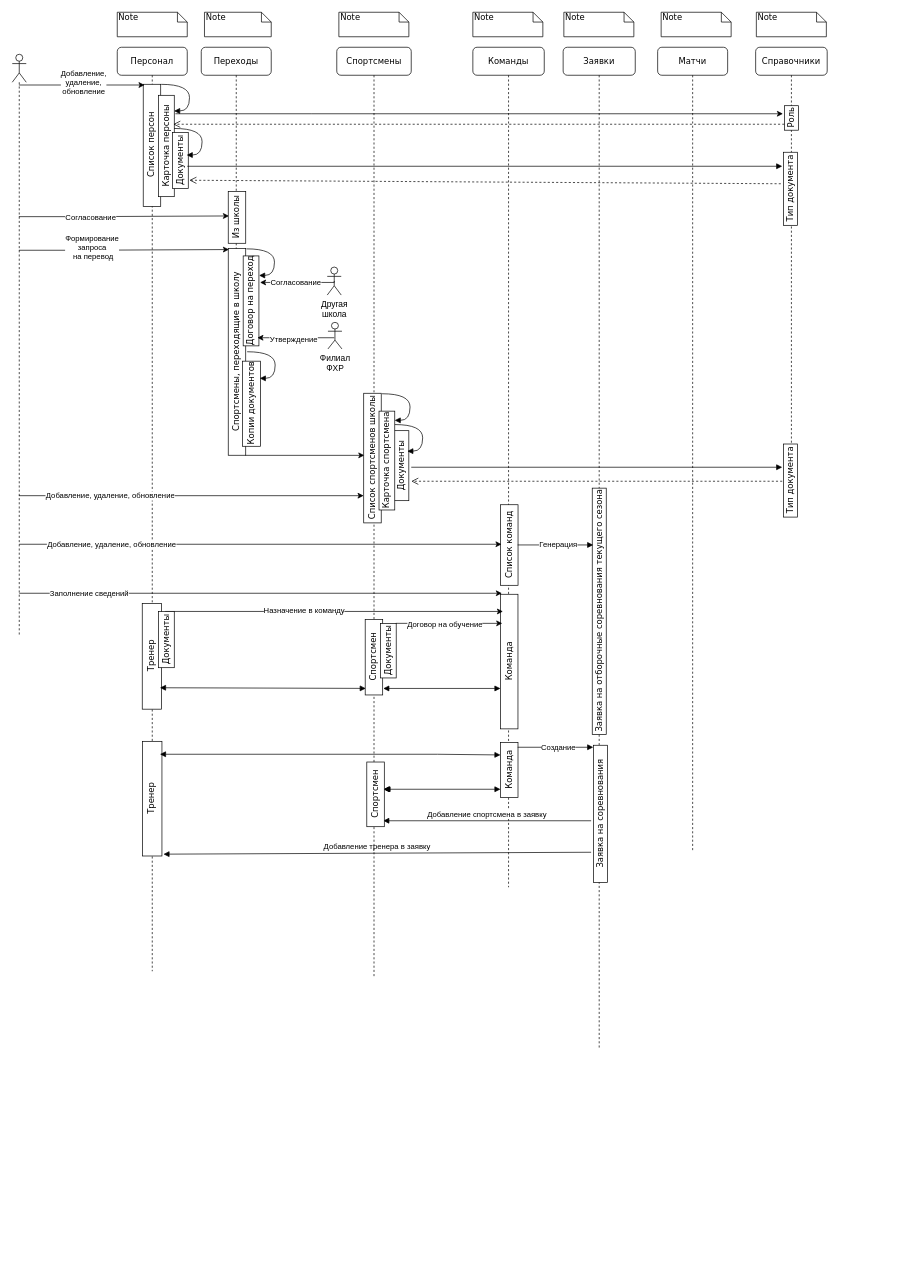
Before: Диаграмма без названия.drawio in OlgaTalipova/FHRT, a draw.io diagram. Source tidied: cells renumbered, new cells numbered last; positions are measured from the earlier drawing's top-left corner, leaving out a move shared by most shapes. Both pictures are drawn from the tidied source at 70%, with x=0, y=0 at pixel (12, 12).
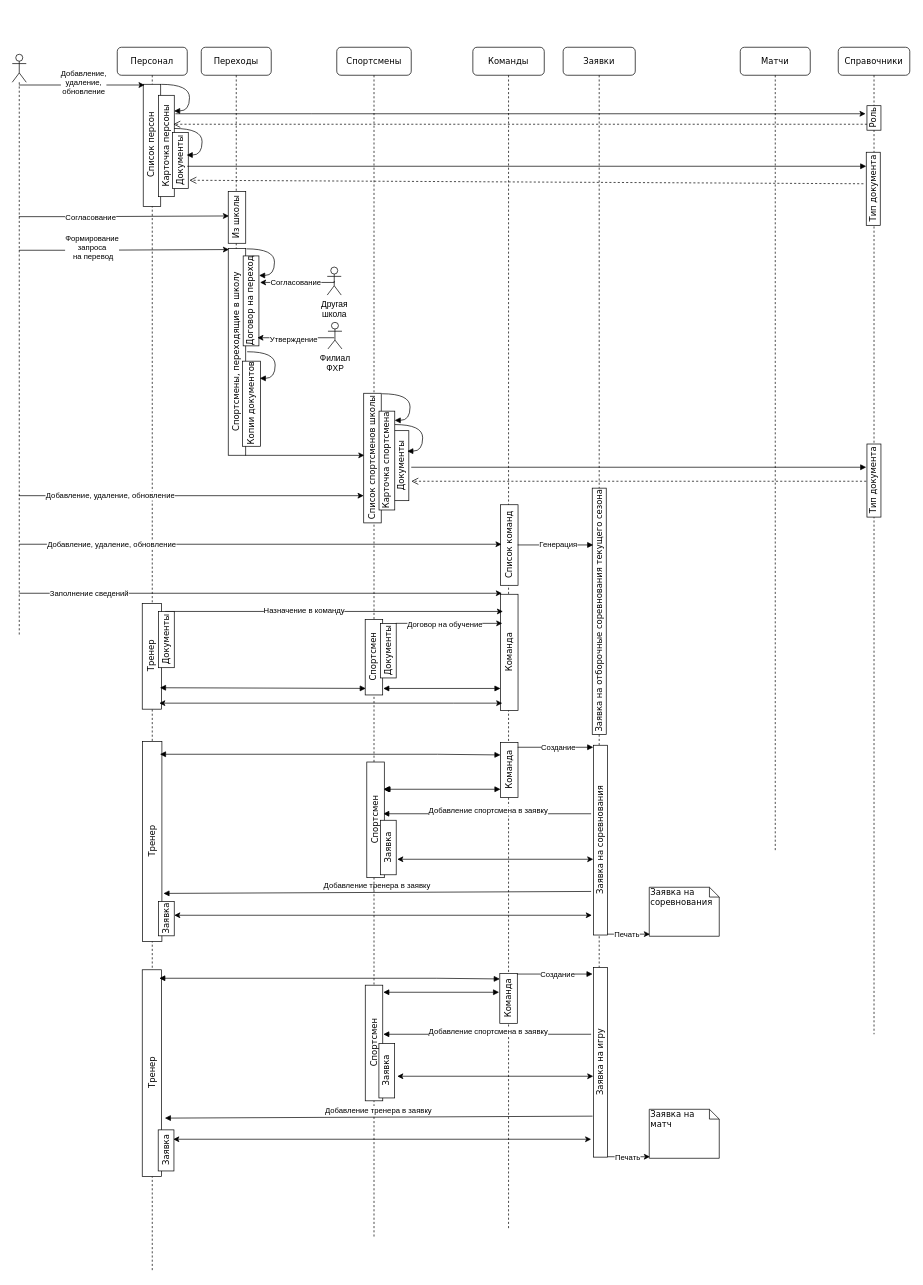
The same page after the edit.

Unchanged cells that the change refers to:
```xml
<mxCell id="15" value="&lt;div style=&quot;direction: ltr;&quot;&gt;&lt;span style=&quot;background-color: initial;&quot;&gt;Документы&lt;/span&gt;&lt;/div&gt;" style="html=1;points=[];perimeter=orthogonalPerimeter;rounded=0;shadow=0;comic=0;labelBackgroundColor=none;strokeWidth=1;fontFamily=Verdana;fontSize=12;align=center;direction=west;rotation=-90;" parent="12" vertex="1">
  <mxGeometry x="50.1" y="150.6" width="80.2" height="22.5" as="geometry" />
</mxCell>
```

What changed in the source:
```diff
@@
     <mxCell id="2" value="Команды" style="shape=umlLifeline;perimeter=lifelinePerimeter;whiteSpace=wrap;html=1;rounded=1;shadow=0;comic=0;labelBackgroundColor=none;strokeWidth=1;fontFamily=Verdana;fontSize=12;align=center;" parent="1" vertex="1">
-      <mxGeometry x="658" y="50" width="102" height="1200" as="geometry" />
+      <mxGeometry x="658" y="50" width="102" height="1690" as="geometry" />
     </mxCell>
     <mxCell id="3" value="Команда" style="html=1;perimeter=orthogonalPerimeter;rounded=0;shadow=0;comic=0;labelBackgroundColor=none;strokeWidth=1;fontFamily=Verdana;fontSize=12;align=center;direction=north;rotation=-90;" parent="2" vertex="1">
-      <mxGeometry x="-44.2" y="865.1" width="192.3" height="25" as="geometry" />
+      <mxGeometry x="-31" y="852" width="166.1" height="25" as="geometry" />
     </mxCell>
@@
-    <mxCell id="7" value="Добавление тренера в заявку" style="html=1;verticalAlign=bottom;endArrow=block;curved=0;rounded=0;entryX=0.016;entryY=1.077;entryDx=0;entryDy=0;entryPerimeter=0;" parent="2" edge="1" target="21">
+    <mxCell id="7" value="Добавление тренера в заявку" style="html=1;verticalAlign=bottom;endArrow=block;curved=0;rounded=0;entryX=0.016;entryY=1.077;entryDx=0;entryDy=0;entryPerimeter=0;" parent="2" edge="1">
       <mxGeometry relative="1" as="geometry">
-        <mxPoint x="169" y="1150" as="sourcePoint" />
+        <mxPoint x="169" y="1206" as="sourcePoint" />
+        <mxPoint x="-442" y="1208.8" as="targetPoint" />
       </mxGeometry>
     </mxCell>
+    <mxCell id="85" style="endArrow=classic;startArrow=classic;html=1;rounded=0;" parent="2" edge="1">
+      <mxGeometry relative="1" as="geometry">
+        <mxPoint x="-108" y="1160" as="sourcePoint" />
+        <mxPoint x="172" y="1160" as="targetPoint" />
+      </mxGeometry>
+    </mxCell>
+    <mxCell id="86" style="endArrow=classic;startArrow=classic;html=1;rounded=0;" parent="2" edge="1" source="89">
+      <mxGeometry relative="1" as="geometry">
+        <mxPoint x="170" y="1240" as="targetPoint" />
+      </mxGeometry>
+    </mxCell>
+    <mxCell id="87" value="Команда" style="html=1;perimeter=orthogonalPerimeter;rounded=0;shadow=0;comic=0;labelBackgroundColor=none;strokeWidth=1;fontFamily=Verdana;fontSize=12;align=center;direction=north;rotation=-90;" parent="2" vertex="1">
+      <mxGeometry x="15.5" y="1346.4" width="71" height="25" as="geometry" />
+    </mxCell>
+    <mxCell id="88" value="Создание" style="html=1;verticalAlign=bottom;endArrow=block;curved=0;rounded=0;" parent="2" edge="1">
+      <mxGeometry x="0.07" y="-9" relative="1" as="geometry">
+        <mxPoint x="63" y="1324" as="sourcePoint" />
+        <mxPoint x="171" y="1324" as="targetPoint" />
+      </mxGeometry>
+    </mxCell>
     <mxCell id="8" value="Матчи" style="shape=umlLifeline;perimeter=lifelinePerimeter;whiteSpace=wrap;html=1;rounded=1;shadow=0;comic=0;labelBackgroundColor=none;strokeWidth=1;fontFamily=Verdana;fontSize=12;align=center;" parent="1" vertex="1">
-      <mxGeometry x="922" y="50" width="100" height="1150" as="geometry" />
+      <mxGeometry x="1040" y="50" width="100" height="1150" as="geometry" />
     </mxCell>
     <mxCell id="9" value="Справочники" style="shape=umlLifeline;perimeter=lifelinePerimeter;whiteSpace=wrap;html=1;rounded=1;shadow=0;comic=0;labelBackgroundColor=none;strokeWidth=1;fontFamily=Verdana;fontSize=12;align=center;" parent="1" vertex="1">
-      <mxGeometry x="1062" y="50" width="102.2" height="580" as="geometry" />
+      <mxGeometry x="1180" y="50" width="102.2" height="1410" as="geometry" />
     </mxCell>
@@
     <mxCell id="12" value="Персонал" style="shape=umlLifeline;perimeter=lifelinePerimeter;whiteSpace=wrap;html=1;rounded=1;shadow=0;comic=0;labelBackgroundColor=none;strokeWidth=1;fontFamily=Verdana;fontSize=12;align=center;" parent="1" vertex="1">
-      <mxGeometry x="150" y="50" width="100" height="1320" as="geometry" />
+      <mxGeometry x="150" y="50" width="100" height="1750" as="geometry" />
     </mxCell>
@@
     <mxCell id="21" value="Тренер" style="html=1;points=[];perimeter=orthogonalPerimeter;rounded=0;shadow=0;comic=0;labelBackgroundColor=none;strokeWidth=1;fontFamily=Verdana;fontSize=12;align=center;rotation=-90;" parent="12" vertex="1">
-      <mxGeometry x="-31.9" y="1059.6" width="163.8" height="27.7" as="geometry" />
+      <mxGeometry x="-93" y="1120.7" width="285.9" height="27.7" as="geometry" />
     </mxCell>
-    <mxCell id="22" value="Note" style="shape=note;whiteSpace=wrap;html=1;size=14;verticalAlign=top;align=left;spacingTop=-6;rounded=0;shadow=0;comic=0;labelBackgroundColor=none;strokeWidth=1;fontFamily=Verdana;fontSize=12;" parent="1" vertex="1">
-      <mxGeometry x="150" width="100" height="35" as="geometry" />
-    </mxCell>
-    <mxCell id="23" value="Note" style="shape=note;whiteSpace=wrap;html=1;size=14;verticalAlign=top;align=left;spacingTop=-6;rounded=0;shadow=0;comic=0;labelBackgroundColor=none;strokeWidth=1;fontFamily=Verdana;fontSize=12;" parent="1" vertex="1">
-      <mxGeometry x="658" width="100" height="35" as="geometry" />
-    </mxCell>
-    <mxCell id="24" value="Note" style="shape=note;whiteSpace=wrap;html=1;size=14;verticalAlign=top;align=left;spacingTop=-6;rounded=0;shadow=0;comic=0;labelBackgroundColor=none;strokeWidth=1;fontFamily=Verdana;fontSize=12;" parent="1" vertex="1">
-      <mxGeometry x="927" width="100" height="35" as="geometry" />
-    </mxCell>
+    <mxCell id="89" value="&lt;div style=&quot;direction: ltr;&quot;&gt;&lt;span style=&quot;background-color: initial;&quot;&gt;Заявка&lt;/span&gt;&lt;/div&gt;" style="html=1;points=[];perimeter=orthogonalPerimeter;rounded=0;shadow=0;comic=0;labelBackgroundColor=none;strokeWidth=1;fontFamily=Verdana;fontSize=12;align=center;direction=west;rotation=-90;" parent="12" vertex="1">
+      <mxGeometry x="45.6" y="1233.6" width="49.1" height="22.5" as="geometry" />
+    </mxCell>
-    <mxCell id="25" value="Note" style="shape=note;whiteSpace=wrap;html=1;size=14;verticalAlign=top;align=left;spacingTop=-6;rounded=0;shadow=0;comic=0;labelBackgroundColor=none;strokeWidth=1;fontFamily=Verdana;fontSize=12;" parent="1" vertex="1">
-      <mxGeometry x="1063" width="100" height="35" as="geometry" />
+    <mxCell id="25" value="Заявка на соревнования&lt;br&gt;" style="shape=note;whiteSpace=wrap;html=1;size=14;verticalAlign=top;align=left;spacingTop=-6;rounded=0;shadow=0;comic=0;labelBackgroundColor=none;strokeWidth=1;fontFamily=Verdana;fontSize=12;" parent="1" vertex="1">
+      <mxGeometry x="910" y="1250" width="100" height="70" as="geometry" />
     </mxCell>
@@
-    <mxCell id="29" value="Note" style="shape=note;whiteSpace=wrap;html=1;size=14;verticalAlign=top;align=left;spacingTop=-6;rounded=0;shadow=0;comic=0;labelBackgroundColor=none;strokeWidth=1;fontFamily=Verdana;fontSize=12;" parent="1" vertex="1">
-      <mxGeometry x="466.6" width="100" height="35" as="geometry" />
-    </mxCell>
@@
-    <mxCell id="35" value="Note" style="shape=note;whiteSpace=wrap;html=1;size=14;verticalAlign=top;align=left;spacingTop=-6;rounded=0;shadow=0;comic=0;labelBackgroundColor=none;strokeWidth=1;fontFamily=Verdana;fontSize=12;" parent="1" vertex="1">
-      <mxGeometry x="274.6" width="95.4" height="35" as="geometry" />
-    </mxCell>
@@
     <mxCell id="48" value="Заявки" style="shape=umlLifeline;perimeter=lifelinePerimeter;whiteSpace=wrap;html=1;rounded=1;shadow=0;comic=0;labelBackgroundColor=none;strokeWidth=1;fontFamily=Verdana;fontSize=12;align=center;" parent="1" vertex="1">
-      <mxGeometry x="787" y="50" width="103" height="1430" as="geometry" />
+      <mxGeometry x="787" y="50" width="103" height="1560" as="geometry" />
     </mxCell>
@@
     <mxCell id="50" value="Заявка на соревнования" style="html=1;perimeter=orthogonalPerimeter;rounded=0;shadow=0;comic=0;labelBackgroundColor=none;strokeWidth=1;fontFamily=Verdana;fontSize=12;align=center;rotation=-90;" parent="48" vertex="1">
-      <mxGeometry x="-44.8" y="1085.1" width="195.9" height="20" as="geometry" />
+      <mxGeometry x="-82.4" y="1122.7" width="271.1" height="20" as="geometry" />
     </mxCell>
-    <mxCell id="51" value="Note" style="shape=note;whiteSpace=wrap;html=1;size=14;verticalAlign=top;align=left;spacingTop=-6;rounded=0;shadow=0;comic=0;labelBackgroundColor=none;strokeWidth=1;fontFamily=Verdana;fontSize=12;" parent="1" vertex="1">
-      <mxGeometry x="788" width="100" height="35" as="geometry" />
-    </mxCell>
+    <mxCell id="90" value="Заявка на игру" style="html=1;perimeter=orthogonalPerimeter;rounded=0;shadow=0;comic=0;labelBackgroundColor=none;strokeWidth=1;fontFamily=Verdana;fontSize=12;align=center;rotation=-90;" parent="48" vertex="1">
+      <mxGeometry x="-82.4" y="1440" width="271.1" height="20" as="geometry" />
+    </mxCell>
+    <mxCell id="91" value="Добавление спортсмена в заявку" style="html=1;verticalAlign=bottom;endArrow=block;curved=0;rounded=0;" parent="48" edge="1">
+      <mxGeometry x="-0.01" y="5" relative="1" as="geometry">
+        <mxPoint x="40" y="1410" as="sourcePoint" />
+        <mxPoint x="-257" y="1410" as="targetPoint" />
+      </mxGeometry>
+    </mxCell>
+    <mxCell id="92" style="endArrow=classic;html=1;rounded=0;entryX=0.01;entryY=0.614;entryDx=0;entryDy=0;entryPerimeter=0;" parent="48" edge="1">
+      <mxGeometry relative="1" as="geometry">
+        <mxPoint x="63" y="1267" as="sourcePoint" />
+        <mxPoint x="124" y="1267" as="targetPoint" />
+      </mxGeometry>
+    </mxCell>
+    <mxCell id="93" value="Печать" style="edgeLabel;html=1;align=center;verticalAlign=middle;" parent="92" vertex="1">
+      <mxGeometry x="0.02" relative="1" as="geometry">
+        <mxPoint x="-4" as="offset" />
+      </mxGeometry>
+    </mxCell>
     <mxCell id="52" value="Спортсмены" style="shape=umlLifeline;perimeter=lifelinePerimeter;whiteSpace=wrap;html=1;rounded=1;shadow=0;comic=0;labelBackgroundColor=none;strokeWidth=1;fontFamily=Verdana;fontSize=12;align=center;" parent="1" vertex="1">
-      <mxGeometry x="463.6" y="50" width="106.4" height="1330" as="geometry" />
+      <mxGeometry x="463.6" y="50" width="106.4" height="1700" as="geometry" />
     </mxCell>
@@
     <mxCell id="71" style="html=1;verticalAlign=bottom;endArrow=block;curved=0;rounded=0;exitX=0.602;exitY=0.064;exitDx=0;exitDy=0;exitPerimeter=0;" parent="1" edge="1" source="15">
       <mxGeometry relative="1" as="geometry">
-        <mxPoint x="1100" y="220" as="targetPoint" />
+        <mxPoint x="1220" y="220" as="targetPoint" />
       </mxGeometry>
     </mxCell>
     <mxCell id="72" value="Тип документа" style="html=1;perimeter=orthogonalPerimeter;rounded=0;shadow=0;comic=0;labelBackgroundColor=none;strokeWidth=1;fontFamily=Verdana;fontSize=12;align=center;rotation=-90;" parent="1" vertex="1">
-      <mxGeometry x="1059.8" y="659" width="104.4" height="20" as="geometry" />
+      <mxGeometry x="1178.8" y="659" width="104.4" height="20" as="geometry" />
     </mxCell>
@@
     <mxCell id="75" style="html=1;verticalAlign=bottom;endArrow=block;curved=0;rounded=0;" parent="1" edge="1">
       <mxGeometry relative="1" as="geometry">
         <mxPoint x="570" y="650" as="sourcePoint" />
-        <mxPoint x="1100" y="650" as="targetPoint" />
+        <mxPoint x="1220" y="650" as="targetPoint" />
       </mxGeometry>
     </mxCell>
     <mxCell id="76" style="html=1;verticalAlign=bottom;endArrow=open;dashed=1;endSize=8;curved=0;rounded=0;" parent="1" edge="1">
       <mxGeometry relative="1" as="geometry">
-        <mxPoint x="1100" y="670" as="sourcePoint" />
+        <mxPoint x="1220" y="670" as="sourcePoint" />
         <mxPoint x="570" y="670" as="targetPoint" />
       </mxGeometry>
     </mxCell>
@@
     <mxCell id="80" value="Добавление спортсмена в заявку" style="html=1;verticalAlign=bottom;endArrow=block;curved=0;rounded=0;" parent="1" edge="1">
-      <mxGeometry relative="1" as="geometry">
-        <mxPoint x="827" y="1155" as="sourcePoint" />
-        <mxPoint x="530" y="1155" as="targetPoint" />
+      <mxGeometry x="-0.01" y="5" relative="1" as="geometry">
+        <mxPoint x="827" y="1145" as="sourcePoint" />
+        <mxPoint x="530" y="1145" as="targetPoint" />
       </mxGeometry>
     </mxCell>
@@
     <mxCell id="84" value="&lt;div style=&quot;direction: ltr;&quot;&gt;Спортсмен&lt;/div&gt;" style="html=1;points=[];perimeter=orthogonalPerimeter;rounded=0;shadow=0;comic=0;labelBackgroundColor=none;strokeWidth=1;fontFamily=Verdana;fontSize=12;align=center;direction=west;rotation=-90;" parent="1" vertex="1">
-      <mxGeometry x="472.8" y="1104.8" width="92.4" height="25" as="geometry" />
+      <mxGeometry x="436.4" y="1141.2" width="165.2" height="25" as="geometry" />
     </mxCell>
+    <mxCell id="94" value="&lt;div style=&quot;direction: ltr;&quot;&gt;&lt;span style=&quot;background-color: initial;&quot;&gt;Заявка&lt;/span&gt;&lt;/div&gt;" style="html=1;perimeter=orthogonalPerimeter;rounded=0;shadow=0;comic=0;labelBackgroundColor=none;strokeWidth=1;fontFamily=Verdana;fontSize=12;align=center;direction=west;rotation=-90;" parent="1" vertex="1">
+      <mxGeometry x="498.3" y="1182" width="77.9" height="22.5" as="geometry" />
+    </mxCell>
+    <mxCell id="95" value="Тренер" style="html=1;perimeter=orthogonalPerimeter;rounded=0;shadow=0;comic=0;labelBackgroundColor=none;strokeWidth=1;fontFamily=Verdana;fontSize=12;align=center;rotation=-90;" parent="1" vertex="1">
+      <mxGeometry x="51.8" y="1501.8" width="295.5" height="27.7" as="geometry" />
+    </mxCell>
+    <mxCell id="96" value="&lt;div style=&quot;direction: ltr;&quot;&gt;Спортсмен&lt;/div&gt;" style="html=1;perimeter=orthogonalPerimeter;rounded=0;shadow=0;comic=0;labelBackgroundColor=none;strokeWidth=1;fontFamily=Verdana;fontSize=12;align=center;direction=west;rotation=-90;" parent="1" vertex="1">
+      <mxGeometry x="434.2" y="1460" width="165.2" height="25" as="geometry" />
+    </mxCell>
+    <mxCell id="97" value="&lt;div style=&quot;direction: ltr;&quot;&gt;&lt;span style=&quot;background-color: initial;&quot;&gt;Заявка&lt;/span&gt;&lt;/div&gt;" style="html=1;perimeter=orthogonalPerimeter;rounded=0;shadow=0;comic=0;labelBackgroundColor=none;strokeWidth=1;fontFamily=Verdana;fontSize=12;align=center;direction=west;rotation=-90;" parent="1" vertex="1">
+      <mxGeometry x="496.1" y="1500.8" width="77.9" height="22.5" as="geometry" />
+    </mxCell>
+    <mxCell id="98" style="endArrow=block;startArrow=block;endFill=1;startFill=1;html=1;rounded=0;" parent="1" edge="1">
+      <mxGeometry relative="1" as="geometry">
+        <mxPoint x="210" y="1380" as="sourcePoint" />
+        <mxPoint x="696.5" y="1381" as="targetPoint" />
+        <Array as="points">
+          <mxPoint x="606.5" y="1380" />
+        </Array>
+      </mxGeometry>
+    </mxCell>
+    <mxCell id="99" style="endArrow=block;startArrow=block;endFill=1;startFill=1;html=1;rounded=0;" parent="1" edge="1">
+      <mxGeometry relative="1" as="geometry">
+        <mxPoint x="530" y="1400" as="sourcePoint" />
+        <mxPoint x="695.5" y="1400" as="targetPoint" />
+      </mxGeometry>
+    </mxCell>
+    <mxCell id="100" style="endArrow=classic;startArrow=classic;html=1;rounded=0;" parent="1" edge="1">
+      <mxGeometry relative="1" as="geometry">
+        <mxPoint x="550" y="1520" as="sourcePoint" />
+        <mxPoint x="830" y="1520" as="targetPoint" />
+      </mxGeometry>
+    </mxCell>
+    <mxCell id="101" value="Добавление тренера в заявку" style="html=1;verticalAlign=bottom;endArrow=block;curved=0;rounded=0;entryX=0.016;entryY=1.077;entryDx=0;entryDy=0;entryPerimeter=0;" parent="1" edge="1">
+      <mxGeometry relative="1" as="geometry">
+        <mxPoint x="829" y="1577" as="sourcePoint" />
+        <mxPoint x="218" y="1579.8" as="targetPoint" />
+      </mxGeometry>
+    </mxCell>
+    <mxCell id="102" style="endArrow=classic;startArrow=classic;html=1;rounded=0;" parent="1" edge="1">
+      <mxGeometry relative="1" as="geometry">
+        <mxPoint x="230" y="1610" as="sourcePoint" />
+        <mxPoint x="827" y="1610" as="targetPoint" />
+      </mxGeometry>
+    </mxCell>
+    <mxCell id="103" value="&lt;div style=&quot;direction: ltr;&quot;&gt;&lt;span style=&quot;background-color: initial;&quot;&gt;Заявка&lt;/span&gt;&lt;/div&gt;" style="html=1;perimeter=orthogonalPerimeter;rounded=0;shadow=0;comic=0;labelBackgroundColor=none;strokeWidth=1;fontFamily=Verdana;fontSize=12;align=center;direction=west;rotation=-90;" parent="1" vertex="1">
+      <mxGeometry x="190.4" y="1614.7" width="58.7" height="22.5" as="geometry" />
+    </mxCell>
+    <mxCell id="104" value="Заявка на &lt;br&gt;матч" style="shape=note;whiteSpace=wrap;html=1;size=14;verticalAlign=top;align=left;spacingTop=-6;rounded=0;shadow=0;comic=0;labelBackgroundColor=none;strokeWidth=1;fontFamily=Verdana;fontSize=12;" parent="1" vertex="1">
+      <mxGeometry x="910" y="1567.2" width="100" height="70" as="geometry" />
+    </mxCell>
+    <mxCell id="105" style="endArrow=classic;startArrow=classic;html=1;rounded=0;" parent="1" edge="1">
+      <mxGeometry relative="1" as="geometry">
+        <mxPoint x="210" y="987" as="sourcePoint" />
+        <mxPoint x="700" y="987" as="targetPoint" />
+        <Array as="points">
+          <mxPoint x="630" y="987" />
+        </Array>
+      </mxGeometry>
+    </mxCell>
+    <mxCell id="106" style="endArrow=classic;html=1;rounded=0;entryX=0.01;entryY=0.614;entryDx=0;entryDy=0;entryPerimeter=0;" parent="1" edge="1">
+      <mxGeometry relative="1" as="geometry">
+        <mxPoint x="850" y="1635" as="sourcePoint" />
+        <mxPoint x="911" y="1635" as="targetPoint" />
+      </mxGeometry>
+    </mxCell>
+    <mxCell id="107" value="Печать" style="edgeLabel;html=1;align=center;verticalAlign=middle;" parent="106" vertex="1">
+      <mxGeometry x="0.02" relative="1" as="geometry">
+        <mxPoint x="-3" as="offset" />
+      </mxGeometry>
+    </mxCell>
```
